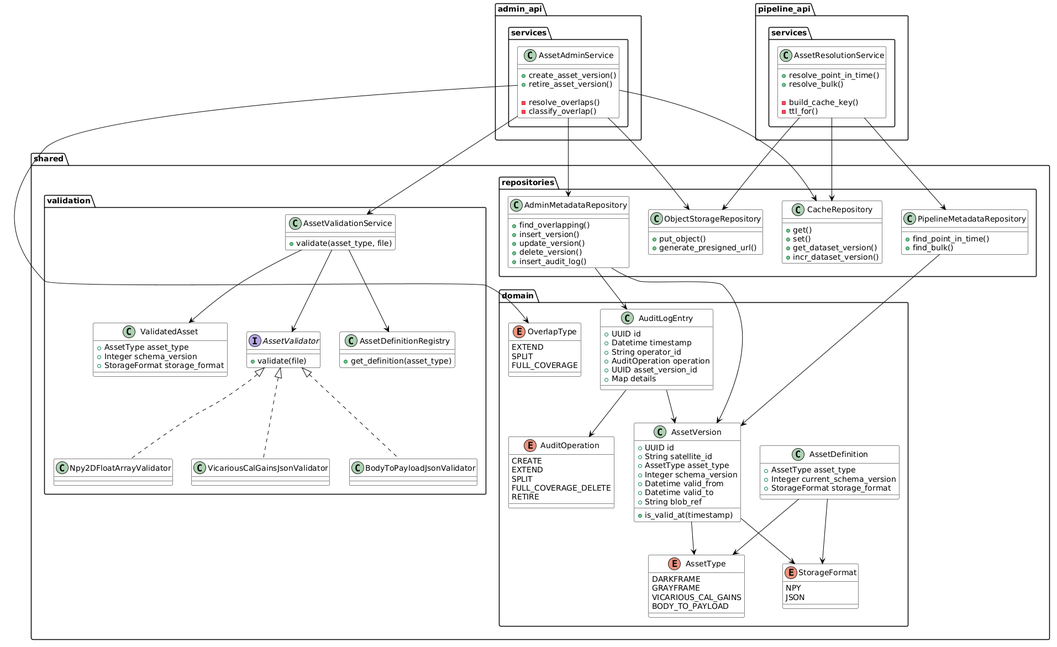
Before: assets/clases.png, a diagram exported from PlantUML (valenpontaut/satellite_calibration_asset_registry). The source it was exported from:
```plantuml
@startuml
skinparam backgroundColor white
skinparam classBackgroundColor white
skinparam classBorderColor black
skinparam ArrowColor black
skinparam shadowing false

package "shared.domain" {

    enum AssetType {
        DARKFRAME
        GRAYFRAME
        VICARIOUS_CAL_GAINS
        BODY_TO_PAYLOAD
    }

    enum StorageFormat {
        NPY
        JSON
    }

    enum AuditOperation {
        CREATE
        EXTEND
        SPLIT
        FULL_COVERAGE_DELETE
        RETIRE
    }

    enum OverlapType {
        EXTEND
        SPLIT
        FULL_COVERAGE
    }

    class AssetVersion {
        +UUID id
        +String satellite_id
        +AssetType asset_type
        +Integer schema_version
        +Datetime valid_from
        +Datetime valid_to
        +String blob_ref

        +is_valid_at(timestamp)
    }

    class AuditLogEntry {
        +UUID id
        +Datetime timestamp
        +String operator_id
        +AuditOperation operation
        +UUID asset_version_id
        +Map details
    }

    class AssetDefinition {
        +AssetType asset_type
        +Integer current_schema_version
        +StorageFormat storage_format
    }
}

package "shared.validation" {

    interface AssetValidator {
        +validate(file)
    }

    class Npy2DFloatArrayValidator
    class VicariousCalGainsJsonValidator
    class BodyToPayloadJsonValidator

    class AssetValidationService {
        +validate(asset_type, file)
    }

    class AssetDefinitionRegistry {
        +get_definition(asset_type)
    }

    class ValidatedAsset {
        +AssetType asset_type
        +Integer schema_version
        +StorageFormat storage_format
    }
}

package "shared.repositories" {

    class AdminMetadataRepository {
        +find_overlapping()
        +insert_version()
        +update_version()
        +delete_version()
        +insert_audit_log()
    }

    class PipelineMetadataRepository {
        +find_point_in_time()
        +find_bulk()
    }

    class CacheRepository {
        +get()
        +set()
        +get_dataset_version()
        +incr_dataset_version()
    }

    class ObjectStorageRepository {
        +put_object()
        +generate_presigned_url()
    }
}

package "admin_api.services" {

    class AssetAdminService {
        +create_asset_version()
        +retire_asset_version()

        -resolve_overlaps()
        -classify_overlap()
    }
}

package "pipeline_api.services" {

    class AssetResolutionService {
        +resolve_point_in_time()
        +resolve_bulk()

        -build_cache_key()
        -ttl_for()
    }
}

AssetVersion --> AssetType
AssetVersion --> StorageFormat

AuditLogEntry --> AuditOperation
AuditLogEntry --> AssetVersion

AssetDefinition --> AssetType
AssetDefinition --> StorageFormat

AssetValidator <|.. Npy2DFloatArrayValidator
AssetValidator <|.. VicariousCalGainsJsonValidator
AssetValidator <|.. BodyToPayloadJsonValidator

AssetValidationService --> AssetDefinitionRegistry
AssetValidationService --> AssetValidator
AssetValidationService --> ValidatedAsset

AdminMetadataRepository --> AssetVersion
AdminMetadataRepository --> AuditLogEntry

PipelineMetadataRepository --> AssetVersion

AssetAdminService --> AssetValidationService
AssetAdminService --> AdminMetadataRepository
AssetAdminService --> CacheRepository
AssetAdminService --> ObjectStorageRepository
AssetAdminService --> OverlapType

AssetResolutionService --> PipelineMetadataRepository
AssetResolutionService --> CacheRepository
AssetResolutionService --> ObjectStorageRepository
@enduml
```
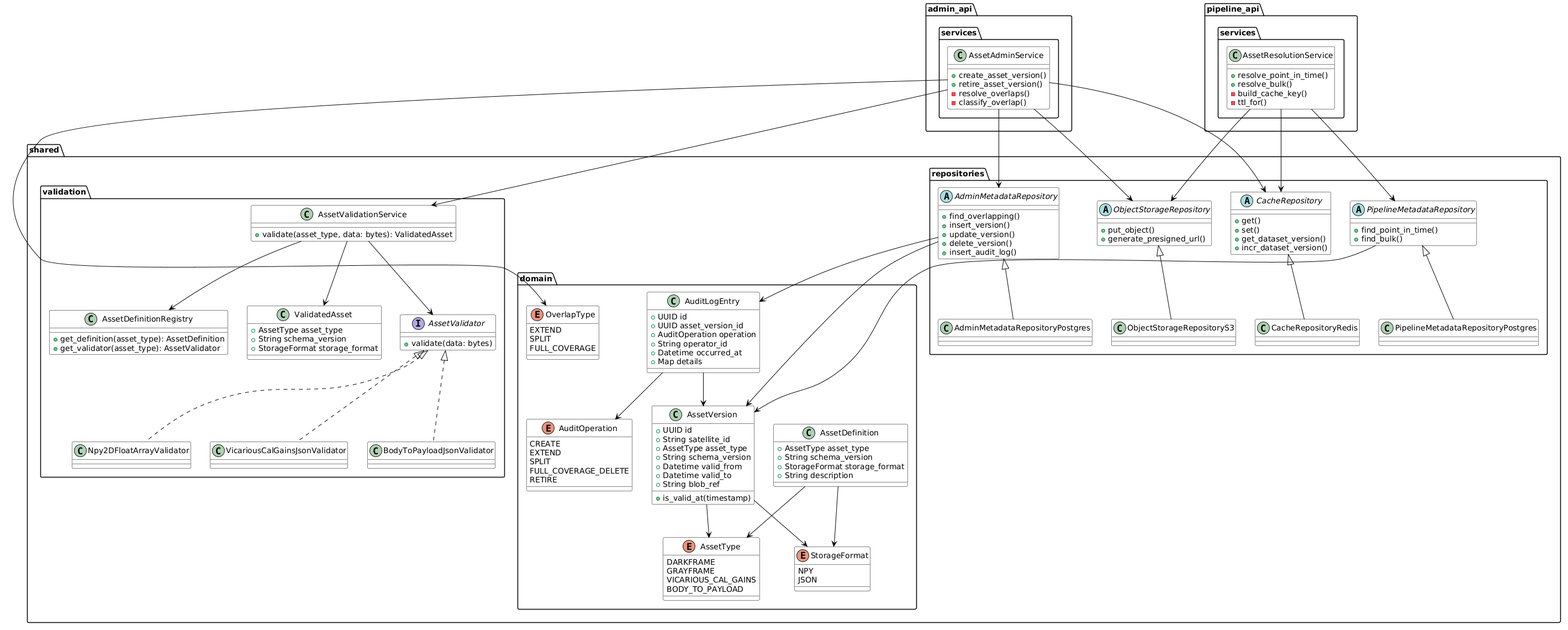
The same diagram one commit later.

Commit message:
docs: update class diagram

The edit, as a diff of the source:
```diff
@@ -37,34 +37,34 @@
         +UUID id
         +String satellite_id
         +AssetType asset_type
-        +Integer schema_version
+        +String schema_version
         +Datetime valid_from
         +Datetime valid_to
         +String blob_ref
-
         +is_valid_at(timestamp)
     }
 
     class AuditLogEntry {
         +UUID id
-        +Datetime timestamp
+        +UUID asset_version_id
+        +AuditOperation operation
         +String operator_id
-        +AuditOperation operation
-        +UUID asset_version_id
+        +Datetime occurred_at
         +Map details
     }
 
     class AssetDefinition {
         +AssetType asset_type
-        +Integer current_schema_version
+        +String schema_version
         +StorageFormat storage_format
+        +String description
     }
 }
 
 package "shared.validation" {
 
     interface AssetValidator {
-        +validate(file)
+        +validate(data: bytes)
     }
 
     class Npy2DFloatArrayValidator
@@ -72,46 +72,51 @@
     class BodyToPayloadJsonValidator
 
     class AssetValidationService {
-        +validate(asset_type, file)
+        +validate(asset_type, data: bytes): ValidatedAsset
     }
 
     class AssetDefinitionRegistry {
-        +get_definition(asset_type)
+        +get_definition(asset_type): AssetDefinition
+        +get_validator(asset_type): AssetValidator
     }
 
     class ValidatedAsset {
         +AssetType asset_type
-        +Integer schema_version
+        +String schema_version
         +StorageFormat storage_format
     }
 }
 
 package "shared.repositories" {
 
-    class AdminMetadataRepository {
+    abstract class AdminMetadataRepository {
         +find_overlapping()
         +insert_version()
         +update_version()
         +delete_version()
         +insert_audit_log()
     }
+    class AdminMetadataRepositoryPostgres
 
-    class PipelineMetadataRepository {
+    abstract class PipelineMetadataRepository {
         +find_point_in_time()
         +find_bulk()
     }
+    class PipelineMetadataRepositoryPostgres
 
-    class CacheRepository {
+    abstract class CacheRepository {
         +get()
         +set()
         +get_dataset_version()
         +incr_dataset_version()
     }
+    class CacheRepositoryRedis
 
-    class ObjectStorageRepository {
+    abstract class ObjectStorageRepository {
         +put_object()
         +generate_presigned_url()
     }
+    class ObjectStorageRepositoryS3
 }
 
 package "admin_api.services" {
@@ -119,7 +124,6 @@
     class AssetAdminService {
         +create_asset_version()
         +retire_asset_version()
-
         -resolve_overlaps()
         -classify_overlap()
     }
@@ -130,7 +134,6 @@
     class AssetResolutionService {
         +resolve_point_in_time()
         +resolve_bulk()
-
         -build_cache_key()
         -ttl_for()
     }
@@ -138,24 +141,24 @@
 
 AssetVersion --> AssetType
 AssetVersion --> StorageFormat
-
 AuditLogEntry --> AuditOperation
 AuditLogEntry --> AssetVersion
-
 AssetDefinition --> AssetType
 AssetDefinition --> StorageFormat
 
 AssetValidator <|.. Npy2DFloatArrayValidator
 AssetValidator <|.. VicariousCalGainsJsonValidator
 AssetValidator <|.. BodyToPayloadJsonValidator
-
 AssetValidationService --> AssetDefinitionRegistry
 AssetValidationService --> AssetValidator
 AssetValidationService --> ValidatedAsset
 
+AdminMetadataRepository <|-- AdminMetadataRepositoryPostgres
+PipelineMetadataRepository <|-- PipelineMetadataRepositoryPostgres
+CacheRepository <|-- CacheRepositoryRedis
+ObjectStorageRepository <|-- ObjectStorageRepositoryS3
 AdminMetadataRepository --> AssetVersion
 AdminMetadataRepository --> AuditLogEntry
-
 PipelineMetadataRepository --> AssetVersion
 
 AssetAdminService --> AssetValidationService
```
